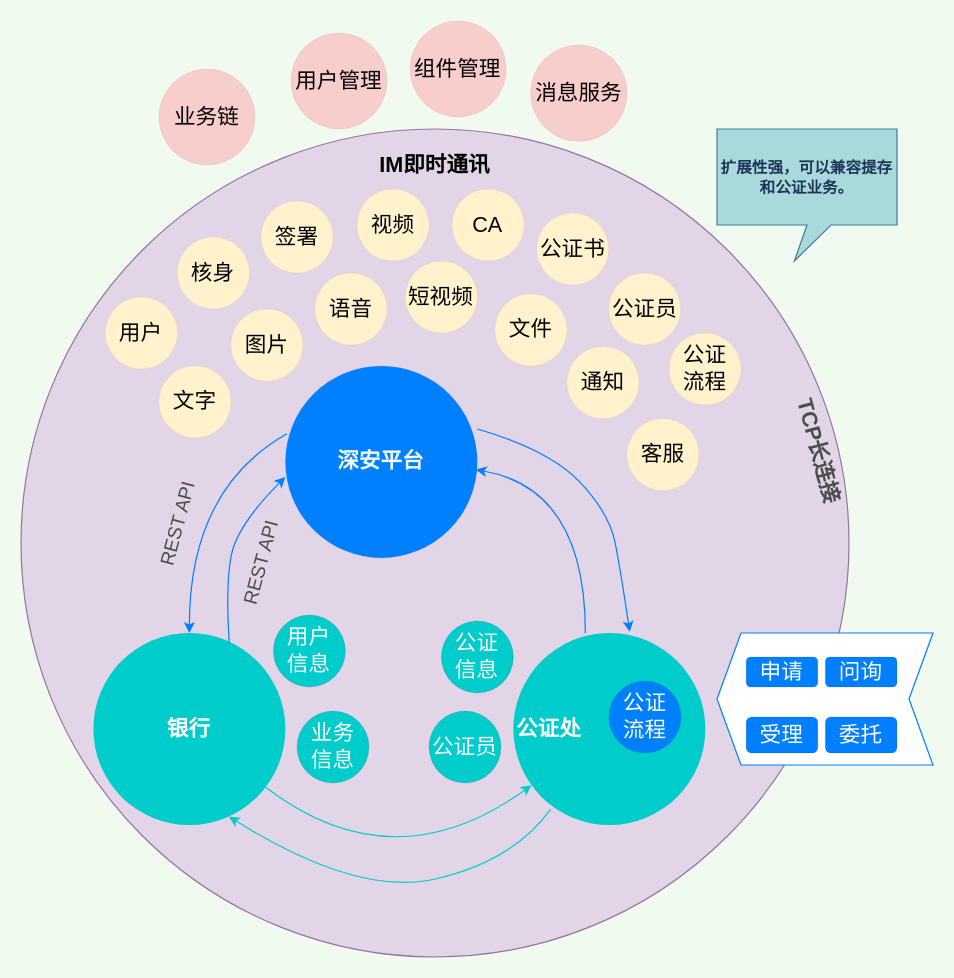
The draw.io diagram page "完善赋强讨论" (2 of 2) of 赋强创新思路.drawio in wuyongfeng/wuyongfeng, before the edit. Source tidied: cells renumbered, new cells numbered last; positions are measured from the earlier drawing's top-left corner, leaving out a move shared by most shapes. Both pictures are drawn from the tidied source at 120%, with x=0, y=0 at pixel (20, 20).
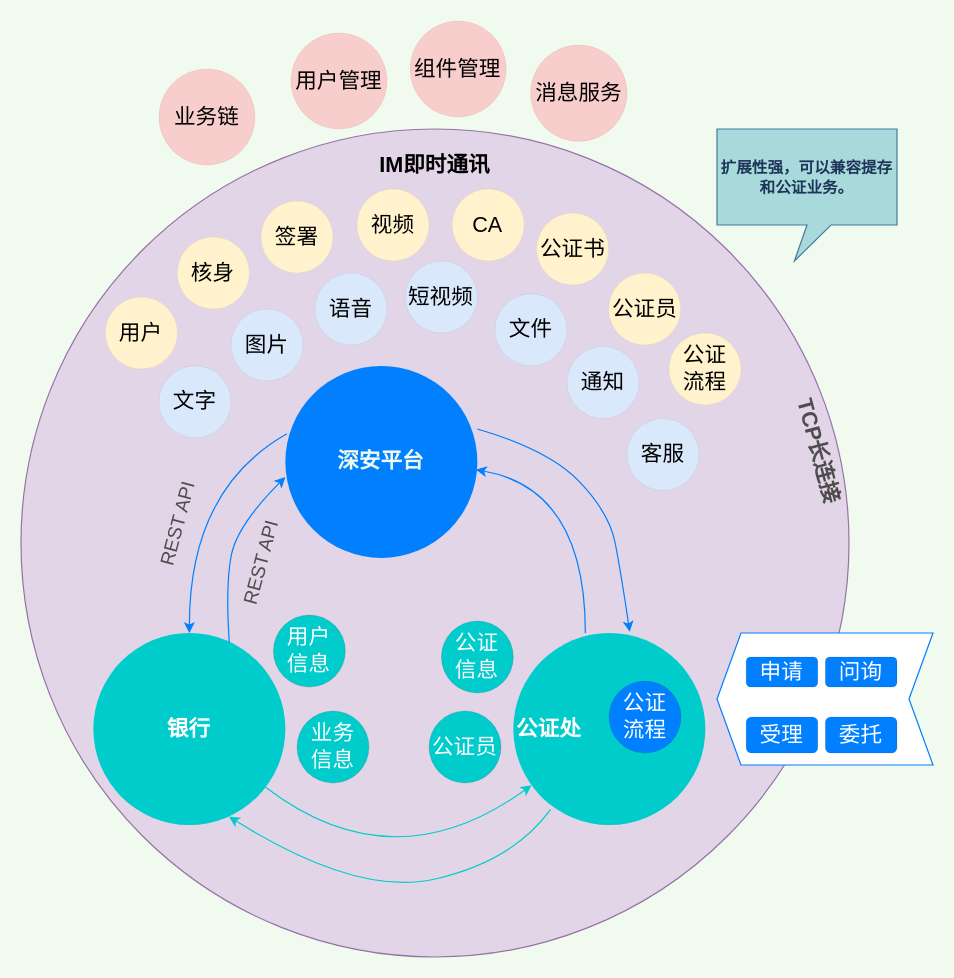
Above is the later version.

Commit message:
Update 赋强创新思路.drawio

The edit, as a diff of the source:
```diff
@@
-    <mxCell id="40" value="文字" style="ellipse;whiteSpace=wrap;html=1;shadow=0;sketch=0;fontSize=18;strokeWidth=0;fillColor=#fff2cc;strokeColor=#d6b656;" parent="1" vertex="1">
+    <mxCell id="40" value="文字" style="ellipse;whiteSpace=wrap;html=1;shadow=0;sketch=0;fontSize=18;strokeWidth=0;fillColor=#dae8fc;strokeColor=#6c8ebf;" parent="1" vertex="1">
       <mxGeometry x="115" y="287.4" width="60" height="60" as="geometry" />
     </mxCell>
-    <mxCell id="41" value="图片" style="ellipse;whiteSpace=wrap;html=1;shadow=0;sketch=0;fontSize=18;strokeWidth=0;fillColor=#fff2cc;strokeColor=#d6b656;" parent="1" vertex="1">
+    <mxCell id="41" value="图片" style="ellipse;whiteSpace=wrap;html=1;shadow=0;sketch=0;fontSize=18;strokeWidth=0;fillColor=#dae8fc;strokeColor=#6c8ebf;" parent="1" vertex="1">
       <mxGeometry x="175" y="240" width="60" height="60" as="geometry" />
     </mxCell>
-    <mxCell id="42" value="语音" style="ellipse;whiteSpace=wrap;html=1;shadow=0;sketch=0;fontSize=18;strokeWidth=0;fillColor=#fff2cc;strokeColor=#d6b656;" parent="1" vertex="1">
+    <mxCell id="42" value="语音" style="ellipse;whiteSpace=wrap;html=1;shadow=0;sketch=0;fontSize=18;strokeWidth=0;fillColor=#dae8fc;strokeColor=#6c8ebf;" parent="1" vertex="1">
       <mxGeometry x="245" y="210" width="60" height="60" as="geometry" />
     </mxCell>
-    <mxCell id="43" value="短视频" style="ellipse;whiteSpace=wrap;html=1;shadow=0;sketch=0;fontSize=18;strokeWidth=0;fillColor=#fff2cc;strokeColor=#d6b656;" parent="1" vertex="1">
+    <mxCell id="43" value="短视频" style="ellipse;whiteSpace=wrap;html=1;shadow=0;sketch=0;fontSize=18;strokeWidth=0;fillColor=#dae8fc;strokeColor=#6c8ebf;" parent="1" vertex="1">
       <mxGeometry x="320.3" y="200" width="60" height="60" as="geometry" />
     </mxCell>
-    <mxCell id="44" value="文件" style="ellipse;whiteSpace=wrap;html=1;shadow=0;sketch=0;fontSize=18;strokeWidth=0;fillColor=#fff2cc;strokeColor=#d6b656;" parent="1" vertex="1">
+    <mxCell id="44" value="文件" style="ellipse;whiteSpace=wrap;html=1;shadow=0;sketch=0;fontSize=18;strokeWidth=0;fillColor=#dae8fc;strokeColor=#6c8ebf;" parent="1" vertex="1">
       <mxGeometry x="395" y="227.4" width="60" height="60" as="geometry" />
     </mxCell>
-    <mxCell id="45" value="通知" style="ellipse;whiteSpace=wrap;html=1;shadow=0;sketch=0;fontSize=18;strokeWidth=0;fillColor=#fff2cc;strokeColor=#d6b656;" parent="1" vertex="1">
+    <mxCell id="45" value="通知" style="ellipse;whiteSpace=wrap;html=1;shadow=0;sketch=0;fontSize=18;strokeWidth=0;fillColor=#dae8fc;strokeColor=#6c8ebf;" parent="1" vertex="1">
       <mxGeometry x="455" y="271.3" width="60" height="60" as="geometry" />
     </mxCell>
-    <mxCell id="46" value="客服" style="ellipse;whiteSpace=wrap;html=1;shadow=0;sketch=0;fontSize=18;strokeWidth=0;fillColor=#fff2cc;strokeColor=#d6b656;" parent="1" vertex="1">
+    <mxCell id="46" value="客服" style="ellipse;whiteSpace=wrap;html=1;shadow=0;sketch=0;fontSize=18;strokeWidth=0;fillColor=#dae8fc;strokeColor=#6c8ebf;" parent="1" vertex="1">
       <mxGeometry x="505" y="331.3" width="60" height="60" as="geometry" />
     </mxCell>
```
